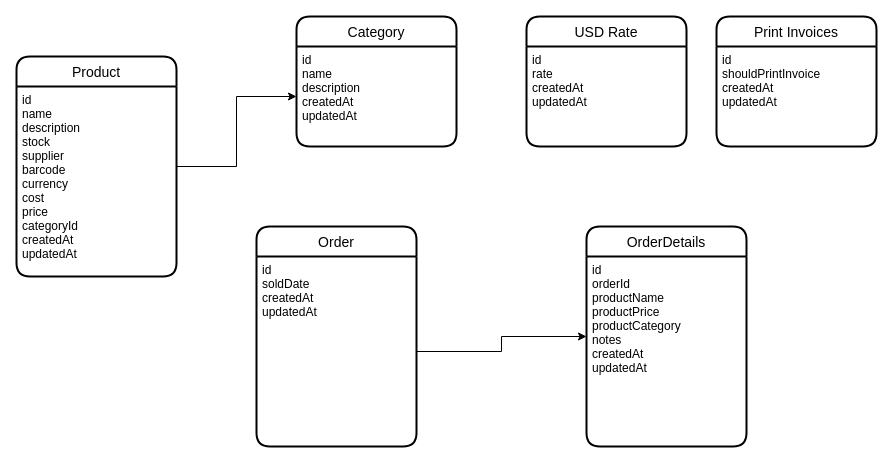
Above: Untitled Diagram.drawio in Hussein-Ali-Hassan/pos-er-diagram (draw.io), before the change. Source tidied: cells renumbered, new cells numbered last; positions are measured from the earlier drawing's top-left corner, leaving out a move shared by most shapes. Both pictures are drawn from the tidied source at 100%, with x=0, y=0 at pixel (16, 16).
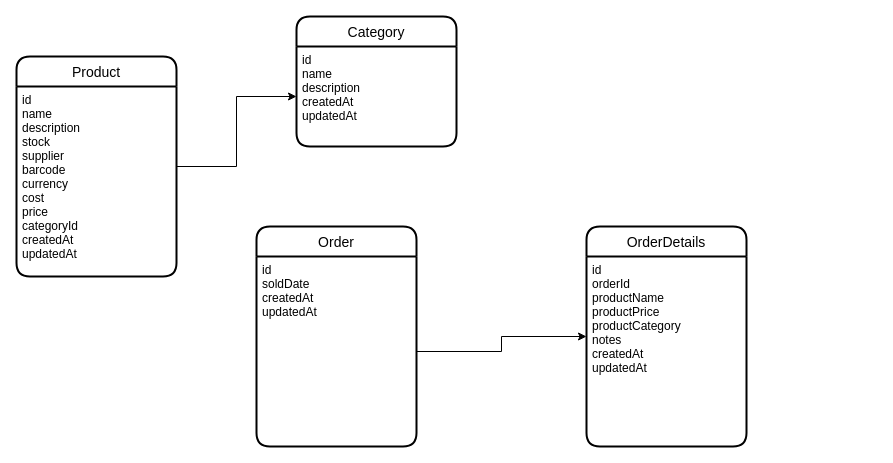
The same diagram, later.

What changed in the source:
```diff
@@
 <mxGraphModel>
   <root>
     <mxCell id="0" />
     <mxCell id="1" parent="0" />
     <mxCell id="2" style="edgeStyle=orthogonalEdgeStyle;rounded=0;jettySize=auto;html=1;entryX=0;entryY=0.5;entryDx=0;entryDy=0;" parent="1" edge="1" source="3" target="6">
       <mxGeometry relative="1" as="geometry" />
     </mxCell>
     <mxCell id="3" value="Product" style="swimlane;horizontal=1;startSize=30;rounded=1;fontSize=14;fontStyle=0;strokeWidth=2;shadow=0;dashed=0;align=center;" parent="1" vertex="1">
       <mxGeometry y="40" width="160" height="220" as="geometry" />
     </mxCell>
     <mxCell id="4" value="id&#10;name    &#10;description&#10;stock&#10;supplier&#10;barcode&#10;currency&#10;cost&#10;price&#10;categoryId&#10;createdAt&#10;updatedAt" style="align=left;strokeColor=none;fillColor=none;spacingLeft=4;fontSize=12;verticalAlign=top;" parent="3" vertex="1">
       <mxGeometry y="30" width="160" height="190" as="geometry" />
     </mxCell>
     <mxCell id="5" value="Category" style="swimlane;horizontal=1;startSize=30;rounded=1;fontSize=14;fontStyle=0;strokeWidth=2;shadow=0;dashed=0;align=center;" parent="1" vertex="1">
       <mxGeometry x="280" width="160" height="130" as="geometry" />
     </mxCell>
     <mxCell id="6" value="id&#10;name    &#10;description&#10;createdAt&#10;updatedAt" style="align=left;strokeColor=none;fillColor=none;spacingLeft=4;fontSize=12;verticalAlign=top;" parent="5" vertex="1">
       <mxGeometry y="30" width="160" height="100" as="geometry" />
     </mxCell>
-    <mxCell id="7" value="USD Rate" style="swimlane;horizontal=1;startSize=30;rounded=1;fontSize=14;fontStyle=0;strokeWidth=2;shadow=0;dashed=0;align=center;" parent="1" vertex="1">
-      <mxGeometry x="510" width="160" height="130" as="geometry" />
-    </mxCell>
-    <mxCell id="8" value="id&#10;rate&#10;createdAt&#10;updatedAt" style="align=left;strokeColor=none;fillColor=none;spacingLeft=4;fontSize=12;verticalAlign=top;" parent="7" vertex="1">
-      <mxGeometry y="30" width="160" height="100" as="geometry" />
-    </mxCell>
-    <mxCell id="9" value="Print Invoices" style="swimlane;horizontal=1;startSize=30;rounded=1;fontSize=14;fontStyle=0;strokeWidth=2;shadow=0;dashed=0;align=center;" parent="1" vertex="1">
-      <mxGeometry x="700" width="160" height="130" as="geometry" />
-    </mxCell>
-    <mxCell id="10" value="id&#10;shouldPrintInvoice&#10;createdAt&#10;updatedAt" style="align=left;strokeColor=none;fillColor=none;spacingLeft=4;fontSize=12;verticalAlign=top;" parent="9" vertex="1">
-      <mxGeometry y="30" width="160" height="100" as="geometry" />
-    </mxCell>
     <mxCell id="11" value="Order" style="swimlane;horizontal=1;startSize=30;rounded=1;fontSize=14;fontStyle=0;strokeWidth=2;shadow=0;dashed=0;align=center;" parent="1" vertex="1">
       <mxGeometry x="240" y="210" width="160" height="220" as="geometry" />
     </mxCell>
     <mxCell id="12" value="id&#10;soldDate&#10;createdAt&#10;updatedAt" style="align=left;strokeColor=none;fillColor=none;spacingLeft=4;fontSize=12;verticalAlign=top;" parent="11" vertex="1">
       <mxGeometry y="30" width="160" height="190" as="geometry" />
     </mxCell>
     <mxCell id="13" value="OrderDetails" style="swimlane;horizontal=1;startSize=30;rounded=1;fontSize=14;fontStyle=0;strokeWidth=2;shadow=0;dashed=0;align=center;" parent="1" vertex="1">
       <mxGeometry x="570" y="210" width="160" height="220" as="geometry" />
     </mxCell>
     <mxCell id="14" value="id&#10;orderId&#10;productName&#10;productPrice&#10;productCategory&#10;notes&#10;createdAt&#10;updatedAt" style="align=left;strokeColor=none;fillColor=none;spacingLeft=4;fontSize=12;verticalAlign=top;" parent="13" vertex="1">
       <mxGeometry y="30" width="160" height="190" as="geometry" />
     </mxCell>
     <mxCell id="15" style="edgeStyle=orthogonalEdgeStyle;rounded=0;jettySize=auto;html=1;entryX=0;entryY=0.5;entryDx=0;entryDy=0;" parent="1" edge="1" source="12" target="13">
       <mxGeometry relative="1" as="geometry" />
     </mxCell>
   </root>
 </mxGraphModel>
```
